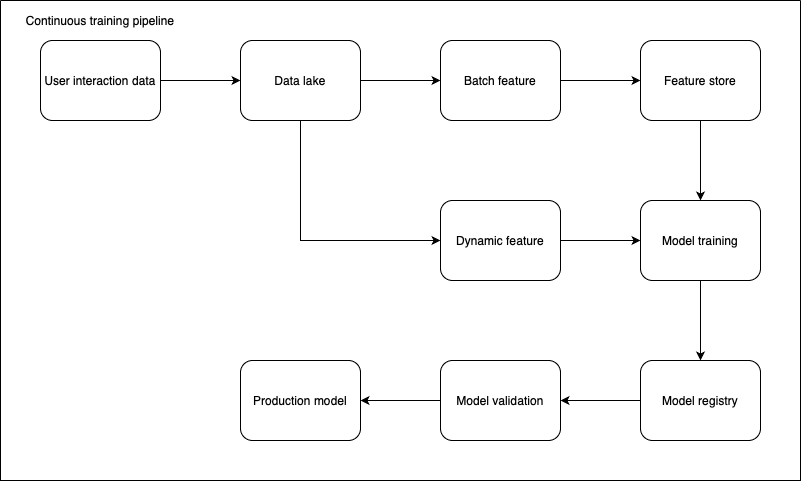
Earlier version of the draw.io export machine-learning/image/machine-learning-system-design-0/instagram-1.png (riehseun/riehseun.github.io). Source tidied: cells renumbered, new cells last; positions are measured from the earlier drawing's top-left corner, leaving out a move shared by most shapes. The source it was exported from:
```xml
<mxGraphModel>
  <root>
    <mxCell id="0" />
    <mxCell id="1" parent="0" />
    <mxCell id="2" style="edgeStyle=orthogonalEdgeStyle;rounded=0;jettySize=auto;html=1;exitX=1;exitY=0.5;exitDx=0;exitDy=0;entryX=0;entryY=0.5;entryDx=0;entryDy=0;" parent="1" edge="1" source="3" target="6">
      <mxGeometry relative="1" as="geometry" />
    </mxCell>
    <mxCell id="3" value="User interaction data" style="rounded=1;whiteSpace=wrap;html=1;" parent="1" vertex="1">
      <mxGeometry x="40" y="40" width="120" height="80" as="geometry" />
    </mxCell>
    <mxCell id="4" style="edgeStyle=orthogonalEdgeStyle;rounded=0;jettySize=auto;html=1;exitX=1;exitY=0.5;exitDx=0;exitDy=0;entryX=0;entryY=0.5;entryDx=0;entryDy=0;" parent="1" edge="1" source="6" target="8">
      <mxGeometry relative="1" as="geometry" />
    </mxCell>
    <mxCell id="5" style="edgeStyle=orthogonalEdgeStyle;rounded=0;jettySize=auto;html=1;exitX=0.5;exitY=1;exitDx=0;exitDy=0;entryX=0;entryY=0.5;entryDx=0;entryDy=0;" parent="1" edge="1" source="6" target="10">
      <mxGeometry relative="1" as="geometry" />
    </mxCell>
    <mxCell id="6" value="Data lake" style="rounded=1;whiteSpace=wrap;html=1;" parent="1" vertex="1">
      <mxGeometry x="240" y="40" width="120" height="80" as="geometry" />
    </mxCell>
    <mxCell id="7" style="edgeStyle=orthogonalEdgeStyle;rounded=0;jettySize=auto;html=1;exitX=1;exitY=0.5;exitDx=0;exitDy=0;entryX=0;entryY=0.5;entryDx=0;entryDy=0;" parent="1" edge="1" source="8" target="12">
      <mxGeometry relative="1" as="geometry" />
    </mxCell>
    <mxCell id="8" value="Batch feature" style="rounded=1;whiteSpace=wrap;html=1;" parent="1" vertex="1">
      <mxGeometry x="440" y="40" width="120" height="80" as="geometry" />
    </mxCell>
    <mxCell id="9" style="edgeStyle=orthogonalEdgeStyle;rounded=0;jettySize=auto;html=1;exitX=1;exitY=0.5;exitDx=0;exitDy=0;entryX=0;entryY=0.5;entryDx=0;entryDy=0;" parent="1" edge="1" source="10" target="14">
      <mxGeometry relative="1" as="geometry" />
    </mxCell>
    <mxCell id="10" value="Dynamic feature" style="rounded=1;whiteSpace=wrap;html=1;" parent="1" vertex="1">
      <mxGeometry x="440" y="200" width="120" height="80" as="geometry" />
    </mxCell>
    <mxCell id="11" style="edgeStyle=orthogonalEdgeStyle;rounded=0;jettySize=auto;html=1;exitX=0.5;exitY=1;exitDx=0;exitDy=0;entryX=0.5;entryY=0;entryDx=0;entryDy=0;" parent="1" edge="1" source="12" target="14">
      <mxGeometry relative="1" as="geometry" />
    </mxCell>
    <mxCell id="12" value="Feature store" style="rounded=1;whiteSpace=wrap;html=1;" parent="1" vertex="1">
      <mxGeometry x="640" y="40" width="120" height="80" as="geometry" />
    </mxCell>
    <mxCell id="13" style="edgeStyle=orthogonalEdgeStyle;rounded=0;jettySize=auto;html=1;exitX=0.5;exitY=1;exitDx=0;exitDy=0;entryX=0.5;entryY=0;entryDx=0;entryDy=0;" parent="1" edge="1" source="14" target="18">
      <mxGeometry relative="1" as="geometry" />
    </mxCell>
    <mxCell id="14" value="Model training" style="rounded=1;whiteSpace=wrap;html=1;" parent="1" vertex="1">
      <mxGeometry x="640" y="200" width="120" height="80" as="geometry" />
    </mxCell>
    <mxCell id="15" style="edgeStyle=orthogonalEdgeStyle;rounded=0;jettySize=auto;html=1;exitX=0;exitY=0.5;exitDx=0;exitDy=0;entryX=1;entryY=0.5;entryDx=0;entryDy=0;" parent="1" edge="1" source="16" target="19">
      <mxGeometry relative="1" as="geometry" />
    </mxCell>
    <mxCell id="16" value="Model validation" style="rounded=1;whiteSpace=wrap;html=1;" parent="1" vertex="1">
      <mxGeometry x="440" y="360" width="120" height="80" as="geometry" />
    </mxCell>
    <mxCell id="17" style="edgeStyle=orthogonalEdgeStyle;rounded=0;jettySize=auto;html=1;exitX=0;exitY=0.5;exitDx=0;exitDy=0;entryX=1;entryY=0.5;entryDx=0;entryDy=0;" parent="1" edge="1" source="18" target="16">
      <mxGeometry relative="1" as="geometry" />
    </mxCell>
    <mxCell id="18" value="Model registry" style="rounded=1;whiteSpace=wrap;html=1;" parent="1" vertex="1">
      <mxGeometry x="640" y="360" width="120" height="80" as="geometry" />
    </mxCell>
    <mxCell id="19" value="Production model" style="rounded=1;whiteSpace=wrap;html=1;" parent="1" vertex="1">
      <mxGeometry x="240" y="360" width="120" height="80" as="geometry" />
    </mxCell>
    <mxCell id="20" style="swimlane;startSize=0;" parent="1" vertex="1">
      <mxGeometry width="800" height="480" as="geometry" />
    </mxCell>
    <mxCell id="21" value="Continuous training pipeline" style="text;html=1;align=center;verticalAlign=middle;whiteSpace=wrap;rounded=0;" parent="20" vertex="1">
      <mxGeometry width="200" height="40" as="geometry" />
    </mxCell>
  </root>
</mxGraphModel>
```
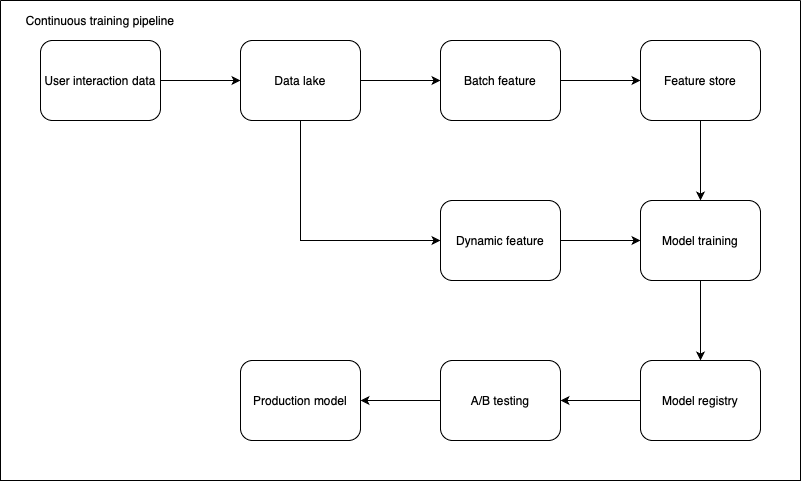
Above is the later version.

Change to the diagram source:
```diff
@@ -44,7 +44,7 @@
     <mxCell id="15" style="edgeStyle=orthogonalEdgeStyle;rounded=0;jettySize=auto;html=1;exitX=0;exitY=0.5;exitDx=0;exitDy=0;entryX=1;entryY=0.5;entryDx=0;entryDy=0;" parent="1" edge="1" source="16" target="19">
       <mxGeometry relative="1" as="geometry" />
     </mxCell>
-    <mxCell id="16" value="Model validation" style="rounded=1;whiteSpace=wrap;html=1;" parent="1" vertex="1">
+    <mxCell id="16" value="A/B testing" style="rounded=1;whiteSpace=wrap;html=1;" parent="1" vertex="1">
       <mxGeometry x="440" y="360" width="120" height="80" as="geometry" />
     </mxCell>
     <mxCell id="17" style="edgeStyle=orthogonalEdgeStyle;rounded=0;jettySize=auto;html=1;exitX=0;exitY=0.5;exitDx=0;exitDy=0;entryX=1;entryY=0.5;entryDx=0;entryDy=0;" parent="1" edge="1" source="18" target="16">
```
